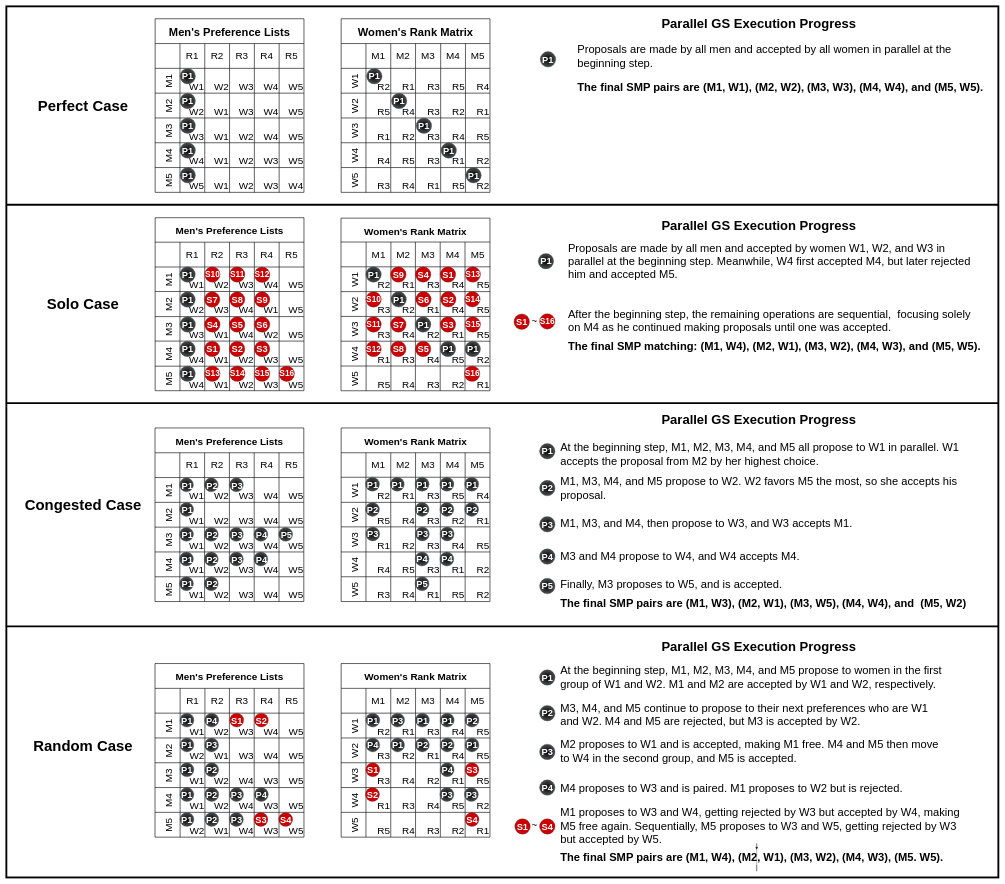
Before: SMPWorkloads.drawio in victorliu-sq/BambooSMP-Figures, a draw.io diagram. Source tidied: cells renumbered, new cells numbered last; positions are measured from the earlier drawing's top-left corner, leaving out a move shared by most shapes. Both pictures are drawn from the tidied source at 31%, with x=0, y=0 at pixel (6, 6).
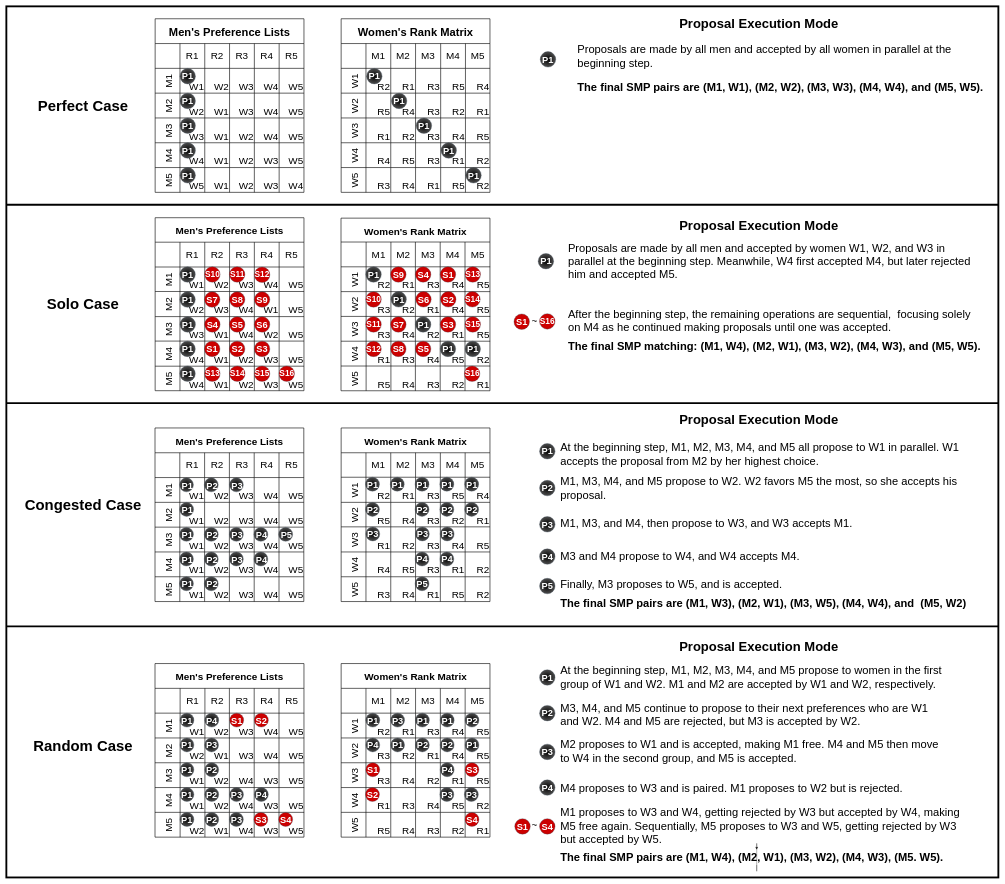
The same diagram, later.

Diff of the diagram source:
```diff
@@
-    <mxCell id="456" value="&lt;h1 style=&quot;font-size: 42px;&quot;&gt;&lt;font style=&quot;font-size: 42px;&quot;&gt;Parallel GS Execution Progress&lt;/font&gt;&lt;/h1&gt;" style="text;strokeColor=none;align=center;fillColor=none;html=1;verticalAlign=middle;whiteSpace=wrap;rounded=0;fontFamily=Helvetica;fontSize=42;fontColor=default;fontStyle=1;" parent="1" vertex="1">
+    <mxCell id="456" value="&lt;h1 style=&quot;font-size: 42px;&quot;&gt;&lt;font style=&quot;font-size: 42px;&quot;&gt;Proposal Execution Mode&lt;/font&gt;&lt;/h1&gt;" style="text;strokeColor=none;align=center;fillColor=none;html=1;verticalAlign=middle;whiteSpace=wrap;rounded=0;fontFamily=Helvetica;fontSize=42;fontColor=default;fontStyle=1;" parent="1" vertex="1">
       <mxGeometry x="2079.8" y="30" width="695" height="50" as="geometry" />
     </mxCell>
-    <mxCell id="457" value="&lt;h1 style=&quot;font-size: 42px;&quot;&gt;&lt;font style=&quot;font-size: 42px;&quot;&gt;Parallel GS Execution Progress&lt;/font&gt;&lt;/h1&gt;" style="text;strokeColor=none;align=center;fillColor=none;html=1;verticalAlign=middle;whiteSpace=wrap;rounded=0;fontFamily=Helvetica;fontSize=42;fontColor=default;fontStyle=1;" parent="1" vertex="1">
+    <mxCell id="457" value="&lt;h1 style=&quot;font-size: 42px;&quot;&gt;Proposal Execution Mode&lt;/h1&gt;" style="text;strokeColor=none;align=center;fillColor=none;html=1;verticalAlign=middle;whiteSpace=wrap;rounded=0;fontFamily=Helvetica;fontSize=42;fontColor=default;fontStyle=1;" parent="1" vertex="1">
       <mxGeometry x="2079.8" y="683.2" width="695" height="50" as="geometry" />
     </mxCell>
-    <mxCell id="458" value="&lt;h1 style=&quot;font-size: 42px;&quot;&gt;&lt;font style=&quot;font-size: 42px;&quot;&gt;Parallel GS Execution Progress&lt;/font&gt;&lt;/h1&gt;" style="text;strokeColor=none;align=center;fillColor=none;html=1;verticalAlign=middle;whiteSpace=wrap;rounded=0;fontFamily=Helvetica;fontSize=42;fontColor=default;fontStyle=1;" parent="1" vertex="1">
+    <mxCell id="458" value="&lt;h1 style=&quot;font-size: 42px;&quot;&gt;Proposal Execution Mode&lt;/h1&gt;" style="text;strokeColor=none;align=center;fillColor=none;html=1;verticalAlign=middle;whiteSpace=wrap;rounded=0;fontFamily=Helvetica;fontSize=42;fontColor=default;fontStyle=1;" parent="1" vertex="1">
       <mxGeometry x="2079.8" y="1310" width="695" height="50" as="geometry" />
     </mxCell>
-    <mxCell id="459" value="&lt;h1 style=&quot;font-size: 42px;&quot;&gt;&lt;font style=&quot;font-size: 42px;&quot;&gt;Parallel GS Execution Progress&lt;/font&gt;&lt;/h1&gt;" style="text;strokeColor=none;align=center;fillColor=none;html=1;verticalAlign=middle;whiteSpace=wrap;rounded=0;fontFamily=Helvetica;fontSize=42;fontColor=default;fontStyle=1;" parent="1" vertex="1">
+    <mxCell id="459" value="&lt;h1 style=&quot;font-size: 42px;&quot;&gt;Proposal Execution Mode&lt;/h1&gt;" style="text;strokeColor=none;align=center;fillColor=none;html=1;verticalAlign=middle;whiteSpace=wrap;rounded=0;fontFamily=Helvetica;fontSize=42;fontColor=default;fontStyle=1;" parent="1" vertex="1">
       <mxGeometry x="2079.8" y="2040" width="695" height="50" as="geometry" />
     </mxCell>
```
